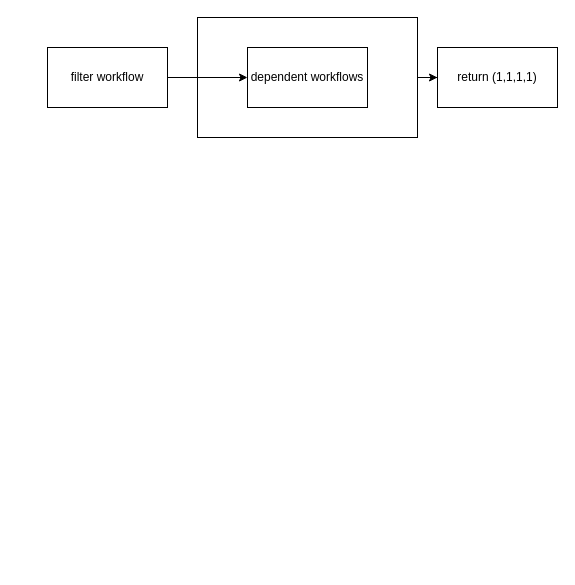
Before: filter_workflow.drawio in praneethsai83/GenericProcessing, a draw.io diagram. Source tidied: cells renumbered, new cells numbered last; positions are measured from the earlier drawing's top-left corner, leaving out a move shared by most shapes. Both pictures are drawn from the tidied source at 100%, with x=0, y=0 at pixel (47, 17).
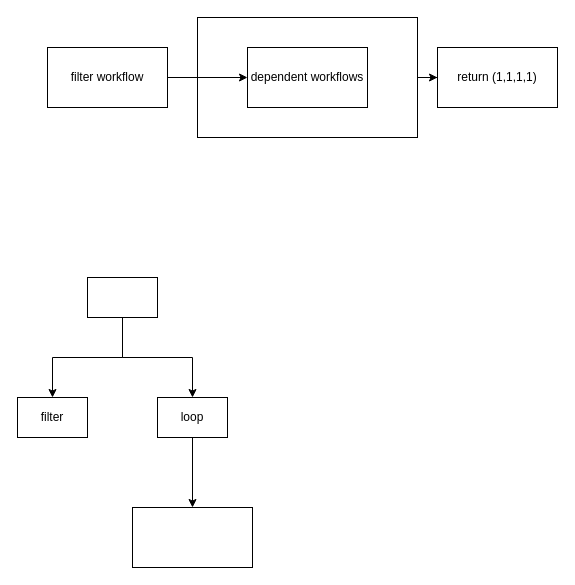
After the change.

What changed in the source:
```diff
@@
 <mxGraphModel>
   <root>
     <mxCell id="0" />
     <mxCell id="1" parent="0" />
     <mxCell id="2" style="edgeStyle=orthogonalEdgeStyle;rounded=0;jettySize=auto;html=1;" parent="1" edge="1" source="3" target="7">
       <mxGeometry relative="1" as="geometry" />
     </mxCell>
     <mxCell id="3" style="rounded=0;whiteSpace=wrap;html=1;" parent="1" vertex="1">
       <mxGeometry x="150" width="220" height="120" as="geometry" />
     </mxCell>
     <mxCell id="4" style="edgeStyle=orthogonalEdgeStyle;rounded=0;jettySize=auto;html=1;" parent="1" edge="1" source="5" target="6">
       <mxGeometry relative="1" as="geometry" />
     </mxCell>
     <mxCell id="5" value="filter workflow" style="whiteSpace=wrap;html=1;" parent="1" vertex="1">
       <mxGeometry y="30" width="120" height="60" as="geometry" />
     </mxCell>
     <mxCell id="6" value="dependent workflows" style="whiteSpace=wrap;html=1;" parent="1" vertex="1">
       <mxGeometry x="200" y="30" width="120" height="60" as="geometry" />
     </mxCell>
     <mxCell id="7" value="return (1,1,1,1)" style="whiteSpace=wrap;html=1;" parent="1" vertex="1">
       <mxGeometry x="390" y="30" width="120" height="60" as="geometry" />
     </mxCell>
+    <mxCell id="8" style="edgeStyle=orthogonalEdgeStyle;rounded=0;jettySize=auto;html=1;" parent="1" edge="1" source="10" target="12">
+      <mxGeometry relative="1" as="geometry" />
+    </mxCell>
+    <mxCell id="9" style="edgeStyle=orthogonalEdgeStyle;rounded=0;jettySize=auto;html=1;entryX=0.5;entryY=0;entryDx=0;entryDy=0;" parent="1" edge="1" source="10" target="13">
+      <mxGeometry relative="1" as="geometry" />
+    </mxCell>
+    <mxCell id="10" style="rounded=0;whiteSpace=wrap;html=1;" parent="1" vertex="1">
+      <mxGeometry x="40" y="260" width="70" height="40" as="geometry" />
+    </mxCell>
+    <mxCell id="11" style="edgeStyle=orthogonalEdgeStyle;rounded=0;jettySize=auto;html=1;" parent="1" edge="1" source="12" target="14">
+      <mxGeometry relative="1" as="geometry" />
+    </mxCell>
+    <mxCell id="12" value="loop" style="rounded=0;whiteSpace=wrap;html=1;" parent="1" vertex="1">
+      <mxGeometry x="110" y="380" width="70" height="40" as="geometry" />
+    </mxCell>
+    <mxCell id="13" value="filter" style="rounded=0;whiteSpace=wrap;html=1;" parent="1" vertex="1">
+      <mxGeometry x="-30" y="380" width="70" height="40" as="geometry" />
+    </mxCell>
+    <mxCell id="14" style="whiteSpace=wrap;html=1;rounded=0;" parent="1" vertex="1">
+      <mxGeometry x="85" y="490" width="120" height="60" as="geometry" />
+    </mxCell>
   </root>
 </mxGraphModel>
```
